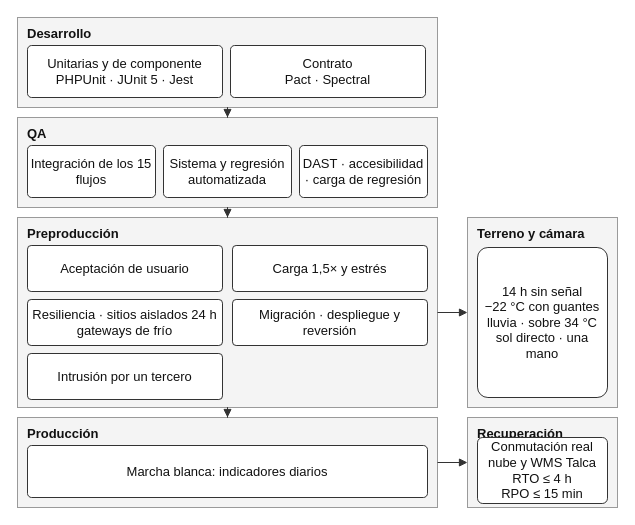
This is SD9_v_nueva/09_plan_calidad/diagramas/Fig_9-4_Niveles_Ambientes.drawio from PatricioH315/LafroX, a draw.io file, before an edit. Source tidied: cells renumbered, new cells numbered last; positions are measured from the earlier drawing's top-left corner, leaving out a move shared by most shapes. Both pictures are drawn from the tidied source at 100%, with x=0, y=0 at pixel (17, 17).
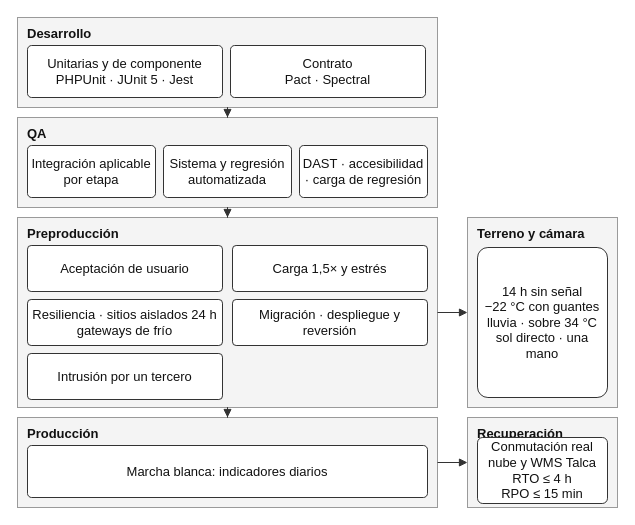
After the change.

Change to the diagram source:
```diff
@@
-    <mxCell id="6" value="Integración de los 15 flujos" style="rounded=1;whiteSpace=wrap;html=1;fontSize=13;fontFamily=Helvetica;fillColor=#FFFFFF;strokeColor=#333333;fontColor=#111111;arcSize=8;" parent="1" vertex="1">
+    <mxCell id="6" value="Integración aplicable&lt;br&gt;por etapa" style="rounded=1;whiteSpace=wrap;html=1;fontSize=13;fontFamily=Helvetica;fillColor=#FFFFFF;strokeColor=#333333;fontColor=#111111;arcSize=8;" parent="1" vertex="1">
       <mxGeometry x="10" y="128" width="128" height="52" as="geometry" />
     </mxCell>
```
